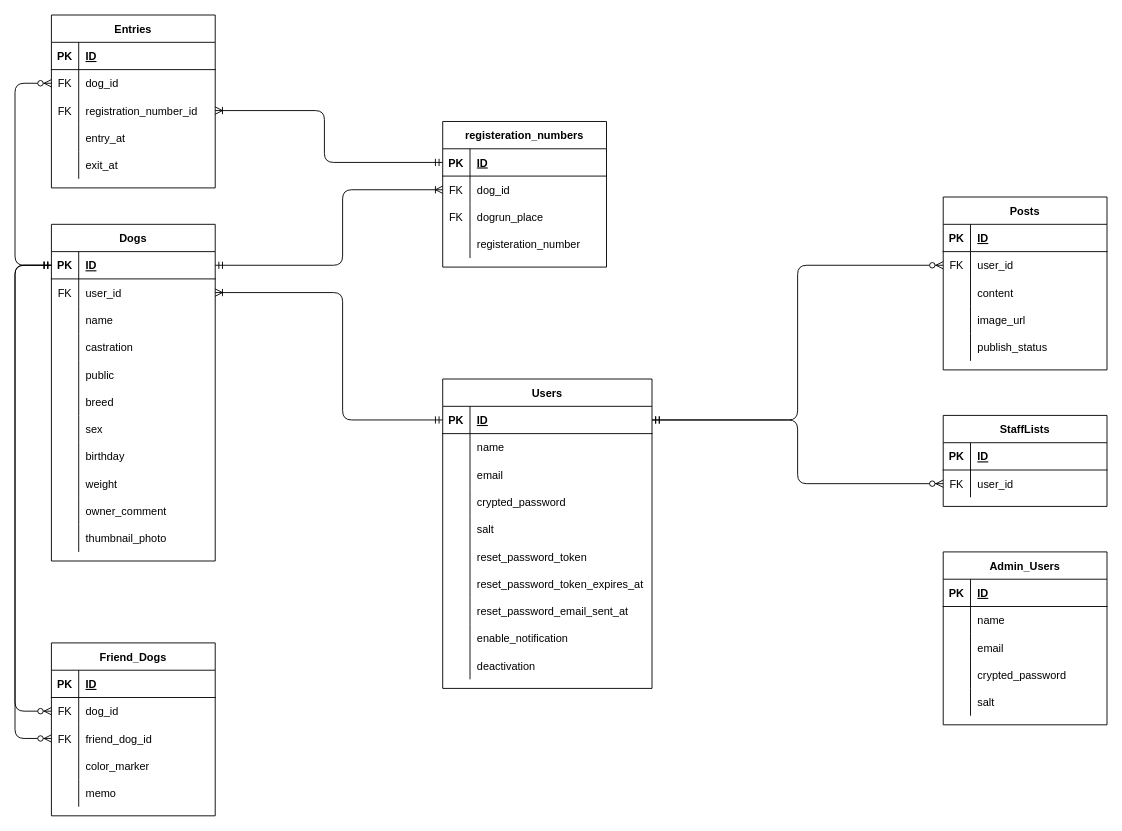
Before: ER_diagram.drawio in Kedaruma-Bond/dogrun_connect_app, a draw.io diagram. Source tidied: cells renumbered, new cells numbered last; positions are measured from the earlier drawing's top-left corner, leaving out a move shared by most shapes. Both pictures are drawn from the tidied source at 91%, with x=0, y=0 at pixel (15, 15).
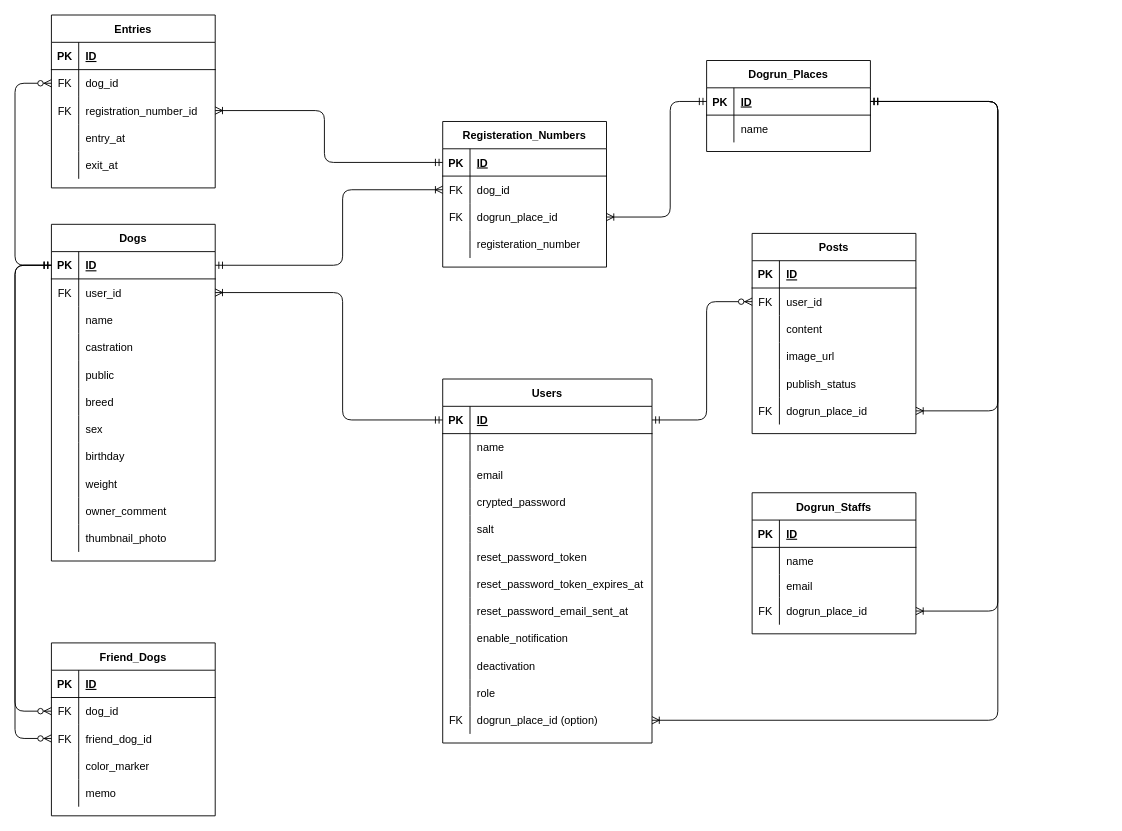
The same diagram, later.

Unchanged cells that the change refers to:
```xml
<mxCell id="19" style="shape=partialRectangle;fillColor=none;top=0;left=0;bottom=1;right=0;points=[[0,0.5],[1,0.5]];portConstraint=eastwest;" parent="18" vertex="1">
  <mxGeometry y="30" width="230" height="30" as="geometry" />
</mxCell>
<mxCell id="53" style="shape=partialRectangle;fillColor=none;top=0;left=0;bottom=0;right=0;points=[[0,0.5],[1,0.5]];portConstraint=eastwest;" parent="49" vertex="1">
  <mxGeometry y="60" width="180" height="30" as="geometry" />
</mxCell>
<mxCell id="94" style="shape=partialRectangle;fillColor=none;top=0;left=0;bottom=0;right=0;points=[[0,0.5],[1,0.5]];portConstraint=eastwest;" parent="90" vertex="1">
  <mxGeometry y="60" width="180" height="30" as="geometry" />
</mxCell>
<mxCell id="151" style="shape=tableRow;horizontal=0;startSize=0;swimlaneHead=0;swimlaneBody=0;fillColor=none;points=[[0,0.5],[1,0.5]];portConstraint=eastwest;top=0;left=0;right=0;bottom=0;strokeColor=none;" parent="144" vertex="1">
  <mxGeometry y="90" width="180" height="30" as="geometry" />
</mxCell>
```

What changed in the source:
```diff
@@
     <mxCell id="18" value="Users" style="shape=table;startSize=30;childLayout=tableLayout;rowLines=0;fontStyle=1;align=center;" parent="1" vertex="1">
-      <mxGeometry x="470" y="400" width="230" height="340" as="geometry" />
+      <mxGeometry x="470" y="400" width="230" height="400" as="geometry" />
     </mxCell>
@@
+    <mxCell id="159" style="shape=partialRectangle;fillColor=none;top=0;left=0;bottom=0;right=0;" parent="18" vertex="1">
+      <mxGeometry y="330" width="230" height="30" as="geometry" />
+    </mxCell>
+    <mxCell id="160" style="shape=partialRectangle;fillColor=none;top=0;left=0;bottom=0;right=0;overflow=hidden;" parent="159" vertex="1">
+      <mxGeometry width="30" height="30" as="geometry" />
+    </mxCell>
+    <mxCell id="161" value="role" style="shape=partialRectangle;fillColor=none;top=0;left=0;bottom=0;right=0;align=left;spacingLeft=6;overflow=hidden;" parent="159" vertex="1">
+      <mxGeometry x="30" width="200" height="30" as="geometry" />
+    </mxCell>
+    <mxCell id="162" style="shape=partialRectangle;fillColor=none;top=0;left=0;bottom=0;right=0;points=[[0,0.5],[1,0.5]];portConstraint=eastwest;" parent="18" vertex="1">
+      <mxGeometry y="360" width="230" height="30" as="geometry" />
+    </mxCell>
+    <mxCell id="163" value="FK" style="shape=partialRectangle;fillColor=none;top=0;left=0;bottom=0;right=0;overflow=hidden;" parent="162" vertex="1">
+      <mxGeometry width="30" height="30" as="geometry" />
+    </mxCell>
+    <mxCell id="164" value="dogrun_place_id (option)" style="shape=partialRectangle;fillColor=none;top=0;left=0;bottom=0;right=0;align=left;spacingLeft=6;overflow=hidden;" parent="162" vertex="1">
+      <mxGeometry x="30" width="200" height="30" as="geometry" />
+    </mxCell>
-    <mxCell id="49" value="StaffLists" style="shape=table;startSize=30;childLayout=tableLayout;rowLines=0;fontStyle=1;align=center;" parent="1" vertex="1">
-      <mxGeometry x="1020" y="440" width="180" height="100" as="geometry" />
+    <mxCell id="49" value="Dogrun_Staffs" style="shape=table;startSize=30;childLayout=tableLayout;rowLines=0;fontStyle=1;align=center;" parent="1" vertex="1">
+      <mxGeometry x="810" y="525" width="180" height="155" as="geometry" />
     </mxCell>
@@
-    <mxCell id="54" value="FK" style="shape=partialRectangle;fillColor=none;top=0;left=0;bottom=0;right=0;overflow=hidden;" parent="53" vertex="1">
+    <mxCell id="54" style="shape=partialRectangle;fillColor=none;top=0;left=0;bottom=0;right=0;overflow=hidden;" parent="53" vertex="1">
       <mxGeometry width="30" height="30" as="geometry" />
     </mxCell>
-    <mxCell id="55" value="user_id" style="shape=partialRectangle;fillColor=none;top=0;left=0;bottom=0;right=0;align=left;spacingLeft=6;overflow=hidden;" parent="53" vertex="1">
+    <mxCell id="55" value="name" style="shape=partialRectangle;fillColor=none;top=0;left=0;bottom=0;right=0;align=left;spacingLeft=6;overflow=hidden;" parent="53" vertex="1">
       <mxGeometry x="30" width="150" height="30" as="geometry" />
     </mxCell>
+    <mxCell id="165" style="shape=partialRectangle;fillColor=none;top=0;left=0;bottom=0;right=0;" parent="49" vertex="1">
+      <mxGeometry y="90" width="180" height="25" as="geometry" />
+    </mxCell>
+    <mxCell id="166" style="shape=partialRectangle;fillColor=none;top=0;left=0;bottom=0;right=0;overflow=hidden;" parent="165" vertex="1">
+      <mxGeometry width="30" height="25" as="geometry" />
+    </mxCell>
+    <mxCell id="134" value="email" style="shape=partialRectangle;fillColor=none;top=0;left=0;bottom=0;right=0;align=left;spacingLeft=6;overflow=hidden;" parent="165" vertex="1">
+      <mxGeometry x="30" width="150" height="25" as="geometry" />
+    </mxCell>
+    <mxCell id="167" style="shape=partialRectangle;fillColor=none;top=0;left=0;bottom=0;right=0;points=[[0,0.5],[1,0.5]];portConstraint=eastwest;" parent="49" vertex="1">
+      <mxGeometry y="115" width="180" height="30" as="geometry" />
+    </mxCell>
+    <mxCell id="168" value="FK" style="shape=partialRectangle;fillColor=none;top=0;left=0;bottom=0;right=0;overflow=hidden;" parent="167" vertex="1">
+      <mxGeometry width="30" height="30" as="geometry" />
+    </mxCell>
+    <mxCell id="169" value="dogrun_place_id" style="shape=partialRectangle;fillColor=none;top=0;left=0;bottom=0;right=0;align=left;spacingLeft=6;overflow=hidden;" parent="167" vertex="1">
+      <mxGeometry x="30" width="150" height="30" as="geometry" />
+    </mxCell>
@@
     <mxCell id="90" value="Posts" style="shape=table;startSize=30;childLayout=tableLayout;rowLines=0;fontStyle=1;align=center;" parent="1" vertex="1">
-      <mxGeometry x="1020" y="200" width="180" height="190" as="geometry" />
+      <mxGeometry x="810" y="240" width="180" height="220" as="geometry" />
     </mxCell>
@@
+    <mxCell id="170" style="shape=partialRectangle;fillColor=none;top=0;left=0;bottom=0;right=0;" parent="90" vertex="1">
+      <mxGeometry y="180" width="180" height="30" as="geometry" />
+    </mxCell>
+    <mxCell id="171" value="FK" style="shape=partialRectangle;fillColor=none;top=0;left=0;bottom=0;right=0;overflow=hidden;" parent="170" vertex="1">
+      <mxGeometry width="30" height="30" as="geometry" />
+    </mxCell>
+    <mxCell id="172" value="dogrun_place_id" style="shape=partialRectangle;fillColor=none;top=0;left=0;bottom=0;right=0;align=left;spacingLeft=6;overflow=hidden;" parent="170" vertex="1">
+      <mxGeometry x="30" width="150" height="30" as="geometry" />
+    </mxCell>
@@
     <mxCell id="107" style="edgeStyle=orthogonalEdgeStyle;fontSize=12;html=1;endArrow=ERzeroToMany;startArrow=ERmandOne;exitX=1;exitY=0.5;exitDx=0;exitDy=0;entryX=0;entryY=0.5;entryDx=0;entryDy=0;" parent="1" edge="1" source="19" target="94">
       <mxGeometry relative="1" as="geometry">
         <Array as="points">
-          <mxPoint x="860" y="445" />
-          <mxPoint x="860" y="275" />
+          <mxPoint x="760" y="445" />
+          <mxPoint x="760" y="315" />
         </Array>
       </mxGeometry>
     </mxCell>
@@
-    <mxCell id="125" value="Admin_Users" style="shape=table;startSize=30;childLayout=tableLayout;rowLines=0;fontStyle=1;align=center;" parent="1" vertex="1">
-      <mxGeometry x="1020" y="590" width="180" height="190" as="geometry" />
-    </mxCell>
-    <mxCell id="126" style="shape=tableRow;horizontal=0;startSize=0;swimlaneHead=0;swimlaneBody=0;fillColor=none;points=[[0,0.5],[1,0.5]];portConstraint=eastwest;top=0;left=0;right=0;bottom=1;" parent="125" vertex="1">
-      <mxGeometry y="30" width="180" height="30" as="geometry" />
-    </mxCell>
-    <mxCell id="127" value="PK" style="shape=partialRectangle;fillColor=none;top=0;left=0;bottom=0;right=0;fontStyle=1;overflow=hidden;" parent="126" vertex="1">
-      <mxGeometry width="30" height="30" as="geometry" />
-    </mxCell>
-    <mxCell id="128" value="ID" style="shape=partialRectangle;fillColor=none;top=0;left=0;bottom=0;right=0;align=left;spacingLeft=6;fontStyle=5;overflow=hidden;" parent="126" vertex="1">
-      <mxGeometry x="30" width="150" height="30" as="geometry" />
-    </mxCell>
-    <mxCell id="129" style="shape=tableRow;horizontal=0;startSize=0;swimlaneHead=0;swimlaneBody=0;fillColor=none;top=0;left=0;right=0;bottom=0;strokeColor=none;" parent="125" vertex="1">
-      <mxGeometry y="60" width="180" height="30" as="geometry" />
-    </mxCell>
-    <mxCell id="130" style="shape=partialRectangle;fillColor=none;top=0;left=0;bottom=0;right=0;overflow=hidden;" parent="129" vertex="1">
-      <mxGeometry width="30" height="30" as="geometry" />
-    </mxCell>
-    <mxCell id="131" value="name" style="shape=partialRectangle;fillColor=none;top=0;left=0;bottom=0;right=0;align=left;spacingLeft=6;overflow=hidden;strokeColor=none;" parent="129" vertex="1">
-      <mxGeometry x="30" width="150" height="30" as="geometry" />
-    </mxCell>
-    <mxCell id="132" style="shape=tableRow;horizontal=0;startSize=0;swimlaneHead=0;swimlaneBody=0;fillColor=none;top=0;left=0;right=0;bottom=0;strokeColor=none;" parent="125" vertex="1">
-      <mxGeometry y="90" width="180" height="30" as="geometry" />
-    </mxCell>
-    <mxCell id="133" style="shape=partialRectangle;fillColor=none;top=0;left=0;bottom=0;right=0;overflow=hidden;strokeColor=none;" parent="132" vertex="1">
-      <mxGeometry width="30" height="30" as="geometry" />
-    </mxCell>
-    <mxCell id="134" value="email" style="shape=partialRectangle;fillColor=none;top=0;left=0;bottom=0;right=0;align=left;spacingLeft=6;overflow=hidden;strokeColor=none;" parent="132" vertex="1">
-      <mxGeometry x="30" width="150" height="30" as="geometry" />
-    </mxCell>
-    <mxCell id="135" style="shape=tableRow;horizontal=0;startSize=0;swimlaneHead=0;swimlaneBody=0;fillColor=none;top=0;left=0;right=0;bottom=0;strokeColor=none;" parent="125" vertex="1">
-      <mxGeometry y="120" width="180" height="30" as="geometry" />
-    </mxCell>
-    <mxCell id="136" style="shape=partialRectangle;fillColor=none;top=0;left=0;bottom=0;right=0;overflow=hidden;strokeColor=none;" parent="135" vertex="1">
-      <mxGeometry width="30" height="30" as="geometry" />
-    </mxCell>
-    <mxCell id="137" value="crypted_password" style="shape=partialRectangle;fillColor=none;top=0;left=0;bottom=0;right=0;align=left;spacingLeft=6;overflow=hidden;strokeColor=none;" parent="135" vertex="1">
-      <mxGeometry x="30" width="150" height="30" as="geometry" />
-    </mxCell>
-    <mxCell id="138" style="shape=tableRow;horizontal=0;startSize=0;swimlaneHead=0;swimlaneBody=0;fillColor=none;top=0;left=0;right=0;bottom=0;strokeColor=none;" parent="125" vertex="1">
-      <mxGeometry y="150" width="180" height="30" as="geometry" />
-    </mxCell>
-    <mxCell id="139" style="shape=partialRectangle;fillColor=none;top=0;left=0;bottom=0;right=0;overflow=hidden;" parent="138" vertex="1">
-      <mxGeometry width="30" height="30" as="geometry" />
-    </mxCell>
-    <mxCell id="140" value="salt" style="shape=partialRectangle;fillColor=none;top=0;left=0;bottom=0;right=0;align=left;spacingLeft=6;overflow=hidden;" parent="138" vertex="1">
-      <mxGeometry x="30" width="150" height="30" as="geometry" />
-    </mxCell>
-    <mxCell id="141" style="edgeStyle=orthogonalEdgeStyle;fontSize=12;html=1;endArrow=ERzeroToMany;startArrow=ERmandOne;exitX=1;exitY=0.5;exitDx=0;exitDy=0;" parent="1" edge="1" source="19" target="53">
-      <mxGeometry relative="1" as="geometry" />
-    </mxCell>
@@
-    <mxCell id="144" value="registeration_numbers" style="shape=table;startSize=30;childLayout=tableLayout;rowLines=0;fontStyle=1;align=center;" parent="1" vertex="1">
+    <mxCell id="144" value="Registeration_Numbers" style="shape=table;startSize=30;childLayout=tableLayout;rowLines=0;fontStyle=1;align=center;" parent="1" vertex="1">
       <mxGeometry x="470" y="117" width="180" height="160" as="geometry" />
     </mxCell>
@@
-    <mxCell id="153" value="dogrun_place" style="shape=partialRectangle;fillColor=none;top=0;left=0;bottom=0;right=0;align=left;spacingLeft=6;overflow=hidden;strokeColor=none;" parent="151" vertex="1">
+    <mxCell id="153" value="dogrun_place_id" style="shape=partialRectangle;fillColor=none;top=0;left=0;bottom=0;right=0;align=left;spacingLeft=6;overflow=hidden;strokeColor=none;" parent="151" vertex="1">
       <mxGeometry x="30" width="150" height="30" as="geometry" />
     </mxCell>
@@
+    <mxCell id="173" value="Dogrun_Places" style="shape=table;startSize=30;childLayout=tableLayout;rowLines=0;fontStyle=1;align=center;" parent="1" vertex="1">
+      <mxGeometry x="760" y="50" width="180" height="100" as="geometry" />
+    </mxCell>
+    <mxCell id="126" style="shape=tableRow;horizontal=0;startSize=0;swimlaneHead=0;swimlaneBody=0;fillColor=none;points=[[0,0.5],[1,0.5]];portConstraint=eastwest;top=0;left=0;right=0;bottom=1;" parent="173" vertex="1">
+      <mxGeometry y="30" width="180" height="30" as="geometry" />
+    </mxCell>
+    <mxCell id="127" value="PK" style="shape=partialRectangle;fillColor=none;top=0;left=0;bottom=0;right=0;fontStyle=1;overflow=hidden;" parent="126" vertex="1">
+      <mxGeometry width="30" height="30" as="geometry" />
+    </mxCell>
+    <mxCell id="128" value="ID" style="shape=partialRectangle;fillColor=none;top=0;left=0;bottom=0;right=0;align=left;spacingLeft=6;fontStyle=5;overflow=hidden;" parent="126" vertex="1">
+      <mxGeometry x="30" width="150" height="30" as="geometry" />
+    </mxCell>
+    <mxCell id="129" style="shape=tableRow;horizontal=0;startSize=0;swimlaneHead=0;swimlaneBody=0;fillColor=none;top=0;left=0;right=0;bottom=0;strokeColor=none;" parent="173" vertex="1">
+      <mxGeometry y="60" width="180" height="30" as="geometry" />
+    </mxCell>
+    <mxCell id="174" style="shape=partialRectangle;fillColor=none;top=0;left=0;bottom=0;right=0;overflow=hidden;strokeColor=none;" parent="129" vertex="1">
+      <mxGeometry width="30" height="30" as="geometry" />
+    </mxCell>
+    <mxCell id="131" value="name" style="shape=partialRectangle;fillColor=none;top=0;left=0;bottom=0;right=0;align=left;spacingLeft=6;overflow=hidden;strokeColor=none;" parent="129" vertex="1">
+      <mxGeometry x="30" width="150" height="30" as="geometry" />
+    </mxCell>
+    <mxCell id="175" style="edgeStyle=orthogonalEdgeStyle;fontSize=12;html=1;endArrow=ERoneToMany;startArrow=ERmandOne;exitX=0;exitY=0.5;exitDx=0;exitDy=0;entryX=1;entryY=0.5;entryDx=0;entryDy=0;" parent="1" edge="1" source="126" target="151">
+      <mxGeometry relative="1" as="geometry">
+        <Array as="points">
+          <mxPoint x="720" y="95" />
+          <mxPoint x="720" y="222" />
+        </Array>
+      </mxGeometry>
+    </mxCell>
+    <mxCell id="176" style="edgeStyle=orthogonalEdgeStyle;fontSize=12;html=1;endArrow=ERoneToMany;startArrow=ERmandOne;exitX=1;exitY=0.5;exitDx=0;exitDy=0;entryX=1;entryY=0.5;entryDx=0;entryDy=0;" parent="1" edge="1" source="126" target="162">
+      <mxGeometry relative="1" as="geometry">
+        <Array as="points">
+          <mxPoint x="1080" y="95" />
+          <mxPoint x="1080" y="775" />
+        </Array>
+      </mxGeometry>
+    </mxCell>
+    <mxCell id="177" style="edgeStyle=orthogonalEdgeStyle;fontSize=12;html=1;endArrow=ERoneToMany;startArrow=ERmandOne;exitX=1;exitY=0.5;exitDx=0;exitDy=0;" parent="1" edge="1" source="126">
+      <mxGeometry relative="1" as="geometry">
+        <mxPoint x="990" y="435" as="targetPoint" />
+        <Array as="points">
+          <mxPoint x="1080" y="95" />
+          <mxPoint x="1080" y="435" />
+        </Array>
+      </mxGeometry>
+    </mxCell>
+    <mxCell id="178" style="edgeStyle=orthogonalEdgeStyle;fontSize=12;html=1;endArrow=ERoneToMany;startArrow=ERmandOne;exitX=1;exitY=0.5;exitDx=0;exitDy=0;entryX=1;entryY=0.5;entryDx=0;entryDy=0;" parent="1" edge="1" source="126" target="167">
+      <mxGeometry relative="1" as="geometry">
+        <Array as="points">
+          <mxPoint x="1080" y="95" />
+          <mxPoint x="1080" y="655" />
+        </Array>
+      </mxGeometry>
+    </mxCell>
```
